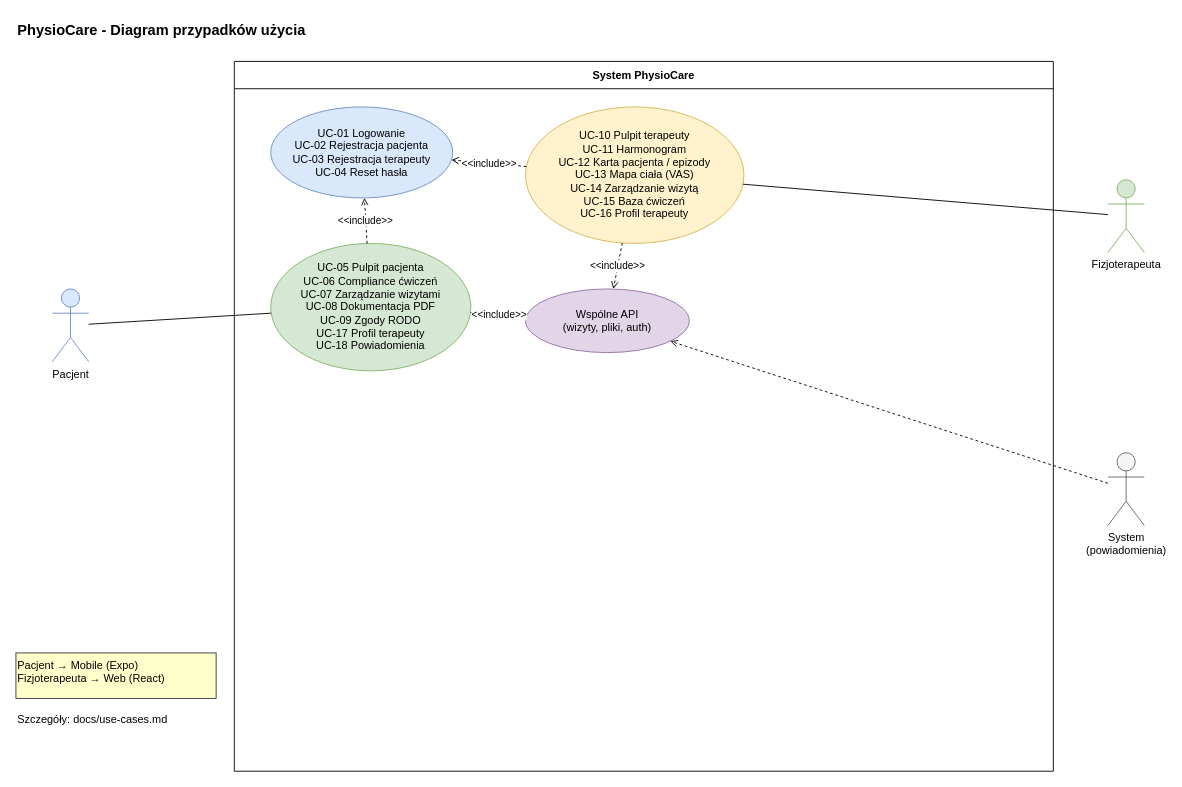
This is docs/diagrams/use-cases.drawio from kacperszczudlo/PhysioCare, a draw.io file, before an edit. Source tidied: cells renumbered, new cells numbered last; positions are measured from the earlier drawing's top-left corner, leaving out a move shared by most shapes. Both pictures are drawn from the tidied source at 91%, with x=0, y=0 at pixel (15, 15).
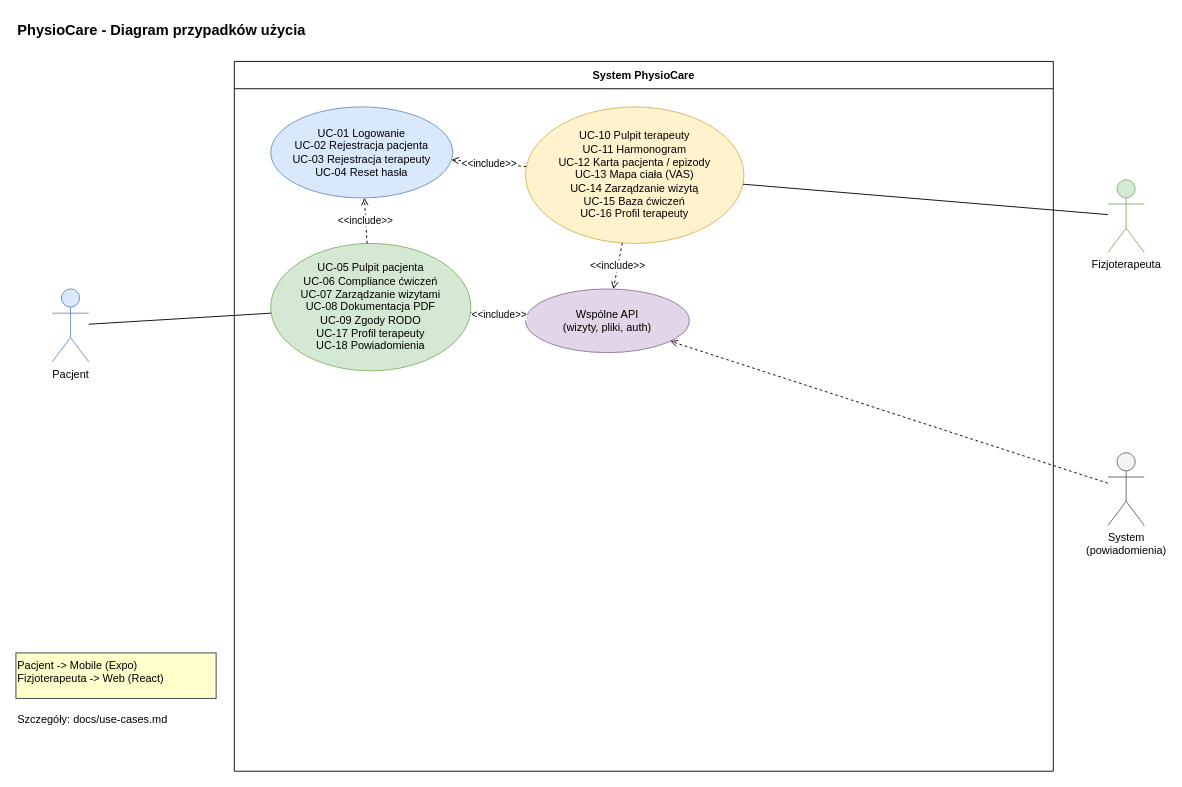
Above is the later version.

The edit, as a diff of the source:
```diff
@@
 <mxGraphModel>
   <root>
     <mxCell id="0" />
     <mxCell id="1" parent="0" />
     <mxCell id="2" value="PhysioCare - Diagram przypadków użycia" style="text;html=1;fontSize=16;fontStyle=1;" parent="1" vertex="1">
       <mxGeometry width="400" height="30" as="geometry" />
     </mxCell>
     <mxCell id="3" value="System PhysioCare" style="swimlane;fillColor=#ffffff;strokeColor=#000000;fontStyle=1;startSize=30;" parent="1" vertex="1">
       <mxGeometry x="240" y="50" width="900" height="780" as="geometry" />
     </mxCell>
     <mxCell id="4" value="UC-01 Logowanie&#10;UC-02 Rejestracja pacjenta&#10;UC-03 Rejestracja terapeuty&#10;UC-04 Reset hasła" style="ellipse;whiteSpace=wrap;html=1;fillColor=#dae8fc;strokeColor=#6c8ebf;" parent="3" vertex="1">
       <mxGeometry x="40" y="50" width="200" height="100" as="geometry" />
     </mxCell>
     <mxCell id="5" value="UC-05 Pulpit pacjenta&#10;UC-06 Compliance ćwiczeń&#10;UC-07 Zarządzanie wizytami&#10;UC-08 Dokumentacja PDF&#10;UC-09 Zgody RODO&#10;UC-17 Profil terapeuty&#10;UC-18 Powiadomienia" style="ellipse;whiteSpace=wrap;html=1;fillColor=#d5e8d4;strokeColor=#82b366;" parent="3" vertex="1">
       <mxGeometry x="40" y="200" width="220" height="140" as="geometry" />
     </mxCell>
     <mxCell id="6" value="UC-10 Pulpit terapeuty&#10;UC-11 Harmonogram&#10;UC-12 Karta pacjenta / epizody&#10;UC-13 Mapa ciała (VAS)&#10;UC-14 Zarządzanie wizytą&#10;UC-15 Baza ćwiczeń&#10;UC-16 Profil terapeuty" style="ellipse;whiteSpace=wrap;html=1;fillColor=#fff2cc;strokeColor=#d6b656;" parent="3" vertex="1">
       <mxGeometry x="320" y="50" width="240" height="150" as="geometry" />
     </mxCell>
     <mxCell id="7" value="Wspólne API&#10;(wizyty, pliki, auth)" style="ellipse;whiteSpace=wrap;html=1;fillColor=#e1d5e7;strokeColor=#9673a6;" parent="3" vertex="1">
       <mxGeometry x="320" y="250" width="180" height="70" as="geometry" />
     </mxCell>
     <mxCell id="8" value="&amp;lt;&amp;lt;include&amp;gt;&amp;gt;" style="endArrow=open;dashed=1;html=1;" parent="3" edge="1" source="5" target="4">
       <mxGeometry relative="1" as="geometry" />
     </mxCell>
     <mxCell id="9" value="&amp;lt;&amp;lt;include&amp;gt;&amp;gt;" style="endArrow=open;dashed=1;html=1;" parent="3" edge="1" source="6" target="4">
       <mxGeometry relative="1" as="geometry" />
     </mxCell>
     <mxCell id="10" value="&amp;lt;&amp;lt;include&amp;gt;&amp;gt;" style="endArrow=open;dashed=1;html=1;" parent="3" edge="1" source="5" target="7">
       <mxGeometry relative="1" as="geometry" />
     </mxCell>
     <mxCell id="11" value="&amp;lt;&amp;lt;include&amp;gt;&amp;gt;" style="endArrow=open;dashed=1;html=1;" parent="3" edge="1" source="6" target="7">
       <mxGeometry relative="1" as="geometry" />
     </mxCell>
     <mxCell id="12" value="Pacjent" style="shape=umlActor;verticalLabelPosition=bottom;verticalAlign=top;html=1;outlineConnect=0;fillColor=#dae8fc;strokeColor=#6c8ebf;" parent="1" vertex="1">
       <mxGeometry x="40" y="300" width="40" height="80" as="geometry" />
     </mxCell>
     <mxCell id="13" value="Fizjoterapeuta" style="shape=umlActor;verticalLabelPosition=bottom;verticalAlign=top;html=1;outlineConnect=0;fillColor=#d5e8d4;strokeColor=#82b366;" parent="1" vertex="1">
       <mxGeometry x="1200" y="180" width="40" height="80" as="geometry" />
     </mxCell>
     <mxCell id="14" value="System&#10;(powiadomienia)" style="shape=umlActor;verticalLabelPosition=bottom;verticalAlign=top;html=1;outlineConnect=0;fillColor=#f5f5f5;strokeColor=#666666;" parent="1" vertex="1">
       <mxGeometry x="1200" y="480" width="40" height="80" as="geometry" />
     </mxCell>
     <mxCell id="15" style="endArrow=none;html=1;" parent="1" edge="1" source="12" target="5">
       <mxGeometry relative="1" as="geometry" />
     </mxCell>
     <mxCell id="16" style="endArrow=none;html=1;" parent="1" edge="1" source="13" target="6">
       <mxGeometry relative="1" as="geometry" />
     </mxCell>
     <mxCell id="17" style="endArrow=open;dashed=1;html=1;" parent="1" edge="1" source="14" target="7">
       <mxGeometry relative="1" as="geometry" />
     </mxCell>
-    <mxCell id="18" value="Pacjent → Mobile (Expo)&#10;Fizjoterapeuta → Web (React)" style="text;html=1;align=left;fillColor=#ffffcc;strokeColor=#36393d;" parent="1" vertex="1">
+    <mxCell id="18" value="Pacjent -&gt; Mobile (Expo)&#10;Fizjoterapeuta -&gt; Web (React)" style="text;html=1;align=left;fillColor=#ffffcc;strokeColor=#36393d;" parent="1" vertex="1">
       <mxGeometry y="700" width="220" height="50" as="geometry" />
     </mxCell>
     <mxCell id="19" value="Szczegóły: docs/use-cases.md" style="text;html=1;align=left;" parent="1" vertex="1">
       <mxGeometry y="760" width="250" height="30" as="geometry" />
     </mxCell>
   </root>
 </mxGraphModel>
```
